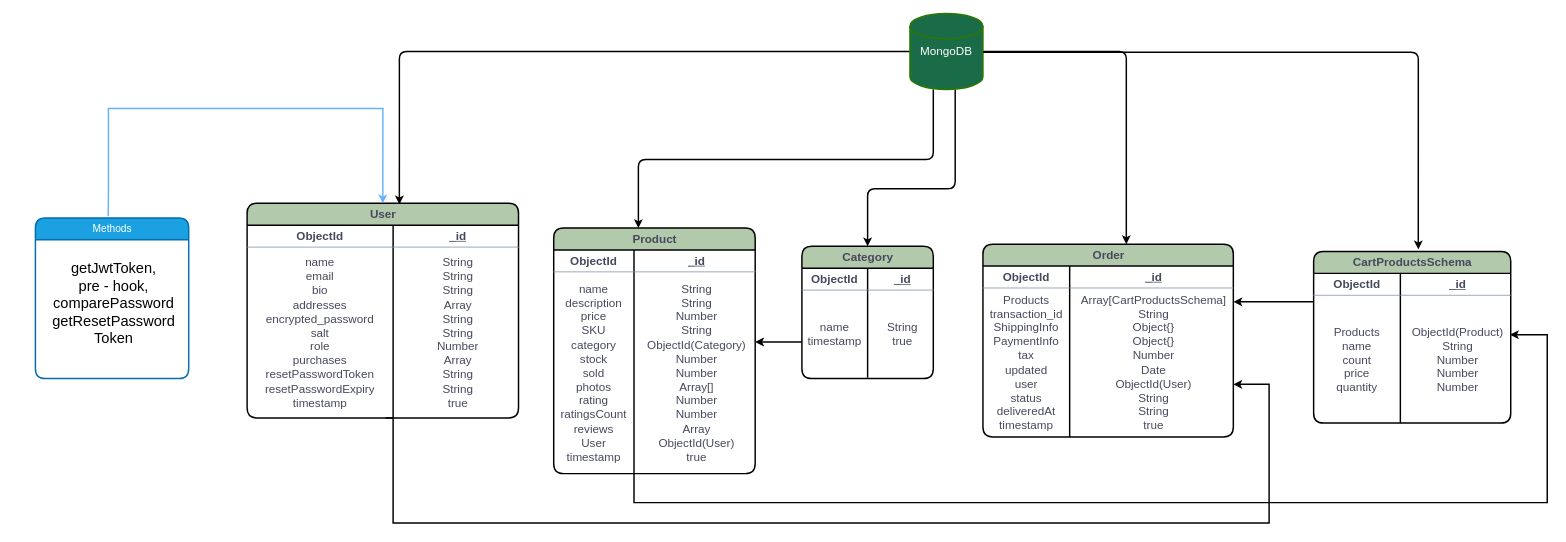
The draw.io diagram models-architecture.drawio in abdulsamad/shopper-ave, before the edit. Source tidied: cells renumbered, new cells numbered last; positions are measured from the earlier drawing's top-left corner, leaving out a move shared by most shapes. Both pictures are drawn from the tidied source at 73%, with x=0, y=0 at pixel (35, 13).
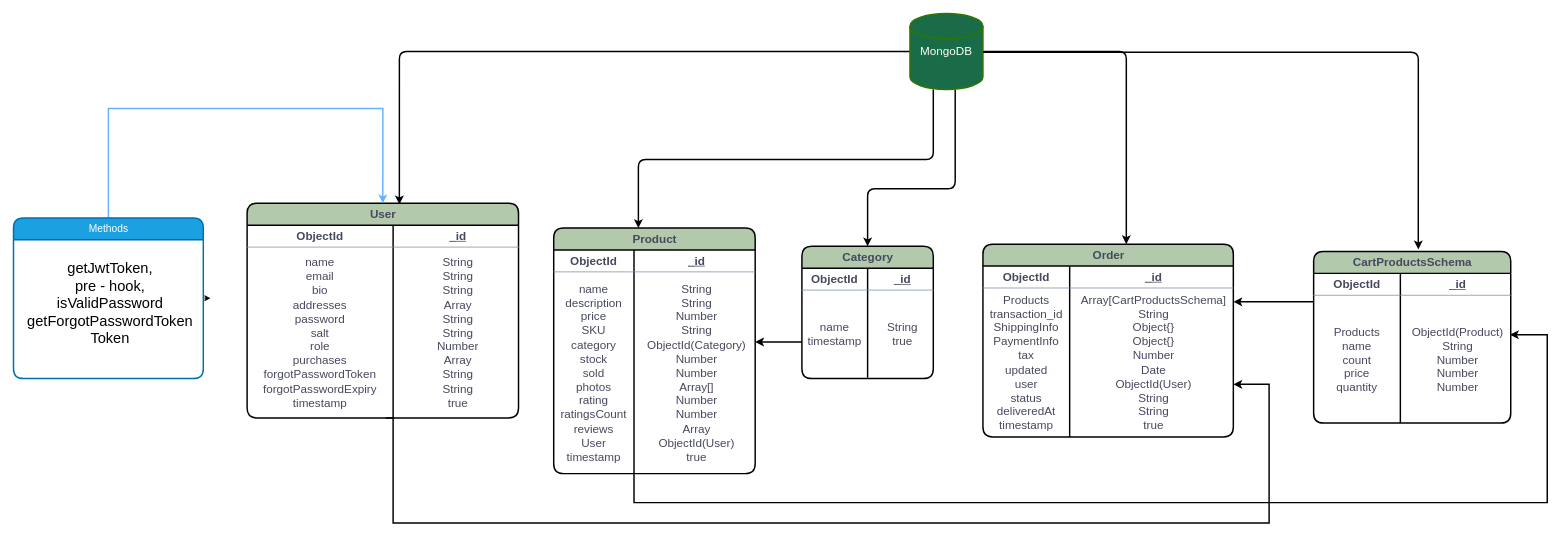
After the change.

Commit message:
:building_construction: Updated models architecture

The change refers to these unchanged cells:
```xml
<mxCell id="6" value="User" style="shape=table;startSize=30;childLayout=tableLayout;rowLines=0;fontStyle=1;align=center;fontSize=16;verticalAlign=middle;fillColor=#B2C9AB;strokeColor=#000000;fontColor=#46495D;rounded=1;html=1;shadow=0;strokeWidth=2;" parent="1" vertex="1">
  <mxGeometry x="290" y="260" width="371.8" height="294" as="geometry" />
</mxCell>
<mxCell id="10" style="shape=partialRectangle;fillColor=none;top=0;left=0;bottom=0;right=0;points=[[0,0.5],[1,0.5]];portConstraint=eastwest;fontSize=16;align=center;html=1;verticalAlign=middle;strokeColor=#788AA3;fontColor=#46495D;rounded=1;" parent="6" vertex="1">
  <mxGeometry y="60" width="371.8" height="234" as="geometry" />
</mxCell>
```

Diff of the diagram source:
```diff
@@
-    <mxCell id="11" value="name&lt;br&gt;email&lt;br&gt;bio&lt;br&gt;addresses&lt;br&gt;encrypted_password&lt;br&gt;salt&lt;br&gt;role&lt;br&gt;purchases&lt;br&gt;resetPasswordToken&lt;br&gt;resetPasswordExpiry&lt;br&gt;timestamp" style="shape=partialRectangle;fillColor=none;top=0;left=0;bottom=0;right=0;overflow=hidden;fontSize=16;align=center;html=1;verticalAlign=middle;strokeColor=#788AA3;fontColor=#46495D;rounded=1;" parent="10" vertex="1">
+    <mxCell id="11" value="name&lt;br&gt;email&lt;br&gt;bio&lt;br&gt;addresses&lt;br&gt;password&lt;br&gt;salt&lt;br&gt;role&lt;br&gt;purchases&lt;br&gt;forgotPasswordToken&lt;br&gt;forgotPasswordExpiry&lt;br&gt;timestamp" style="shape=partialRectangle;fillColor=none;top=0;left=0;bottom=0;right=0;overflow=hidden;fontSize=16;align=center;html=1;verticalAlign=middle;strokeColor=#788AA3;fontColor=#46495D;rounded=1;" parent="10" vertex="1">
       <mxGeometry width="200" height="234" as="geometry" />
     </mxCell>
@@
-    <mxCell id="47" style="edgeStyle=none;rounded=0;jettySize=auto;html=1;strokeColor=#66B2FF;strokeWidth=2;fontColor=#66B2FF;exitX=0.475;exitY=-0.011;exitDx=0;exitDy=0;entryX=0.5;entryY=0;entryDx=0;entryDy=0;exitPerimeter=0;" parent="1" edge="1" source="48" target="6">
+    <mxCell id="47" style="edgeStyle=none;rounded=0;jettySize=auto;html=1;strokeColor=#66B2FF;strokeWidth=2;fontColor=#66B2FF;exitX=0.5;exitY=0;exitDx=0;exitDy=0;entryX=0.5;entryY=0;entryDx=0;entryDy=0;" parent="1" edge="1" source="48" target="6">
       <mxGeometry relative="1" as="geometry">
         <Array as="points">
           <mxPoint x="100" y="250" />
           <mxPoint x="100" y="130" />
           <mxPoint x="253" y="130" />
           <mxPoint x="476" y="130" />
         </Array>
       </mxGeometry>
     </mxCell>
+    <mxCell id="50" style="edgeStyle=none;html=1;" parent="1" edge="1" source="48">
+      <mxGeometry relative="1" as="geometry">
+        <mxPoint x="240" y="390" as="targetPoint" />
+      </mxGeometry>
+    </mxCell>
     <mxCell id="48" value="Methods" style="swimlane;horizontal=1;startSize=30;rounded=1;fontSize=14;fontStyle=0;strokeWidth=2;shadow=0;dashed=0;align=center;strokeColor=#006EAF;html=1;fillColor=#1ba1e2;fontColor=#ffffff;" parent="1" vertex="1">
-      <mxGeometry y="280" width="210" height="220" as="geometry" />
+      <mxGeometry x="-30" y="280" width="260" height="220" as="geometry" />
     </mxCell>
-    <mxCell id="49" value="&lt;p style=&quot;font-size: 20px;&quot;&gt;&lt;font style=&quot;font-size: 20px;&quot; color=&quot;#000000&quot;&gt;&lt;span style=&quot;background-color: initial;&quot;&gt;getJwtToken,&lt;br&gt;&lt;/span&gt;&lt;span style=&quot;background-color: initial;&quot;&gt;pre - hook,&lt;br&gt;&lt;/span&gt;&lt;span style=&quot;background-color: initial;&quot;&gt;comparePassword&lt;br&gt;&lt;/span&gt;&lt;span style=&quot;background-color: initial;&quot;&gt;getResetPassword&lt;br&gt;&lt;/span&gt;&lt;span style=&quot;background-color: initial;&quot;&gt;Token&lt;/span&gt;&lt;/font&gt;&lt;/p&gt;" style="align=center;strokeColor=none;fillColor=none;spacingLeft=4;fontSize=12;verticalAlign=top;shadow=0;strokeWidth=2;html=1;" parent="48" vertex="1">
-      <mxGeometry y="30" width="210" height="190" as="geometry" />
+    <mxCell id="49" value="&lt;p style=&quot;font-size: 20px&quot;&gt;&lt;font style=&quot;font-size: 20px&quot; color=&quot;#000000&quot;&gt;&lt;span&gt;getJwtToken,&lt;br&gt;&lt;/span&gt;&lt;span&gt;pre - hook,&lt;br&gt;&lt;/span&gt;&lt;span&gt;isValidPassword&lt;br&gt;&lt;/span&gt;&lt;span&gt;getForgotPasswordToken&lt;br&gt;&lt;/span&gt;&lt;span&gt;Token&lt;/span&gt;&lt;/font&gt;&lt;/p&gt;" style="align=center;strokeColor=none;fillColor=none;spacingLeft=4;fontSize=12;verticalAlign=top;shadow=0;strokeWidth=2;html=1;" parent="48" vertex="1">
+      <mxGeometry y="30" width="260" height="190" as="geometry" />
     </mxCell>
```
